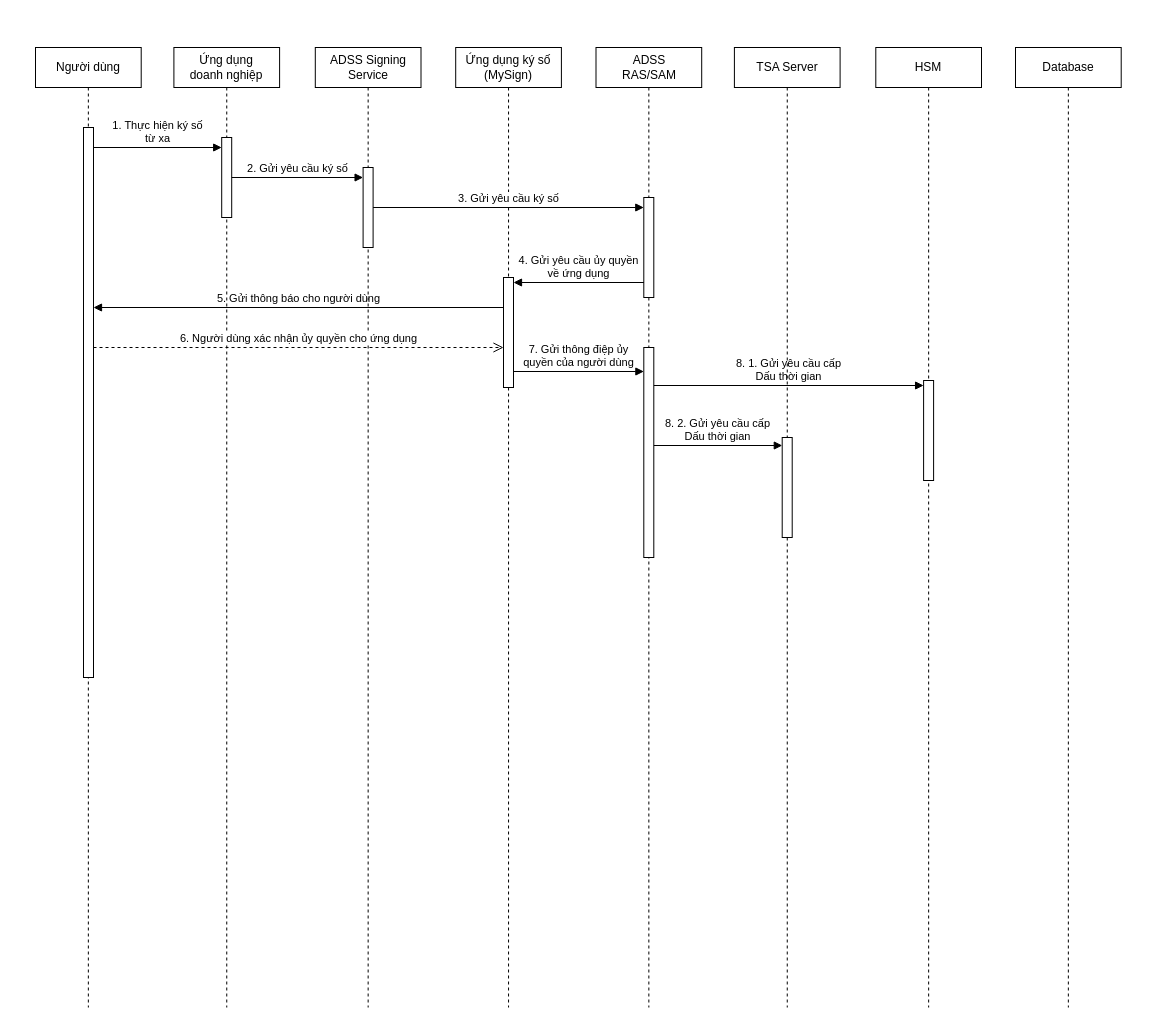
Earlier version of the draw.io diagram Biểu đồ không có tiêu đề.drawio (ddthang2611/TSA-Diagram). Source tidied: cells renumbered, new cells numbered last; positions are measured from the earlier drawing's top-left corner, leaving out a move shared by most shapes. Both pictures are drawn from the tidied source at 100%, with x=0, y=0 at pixel (35, 47).
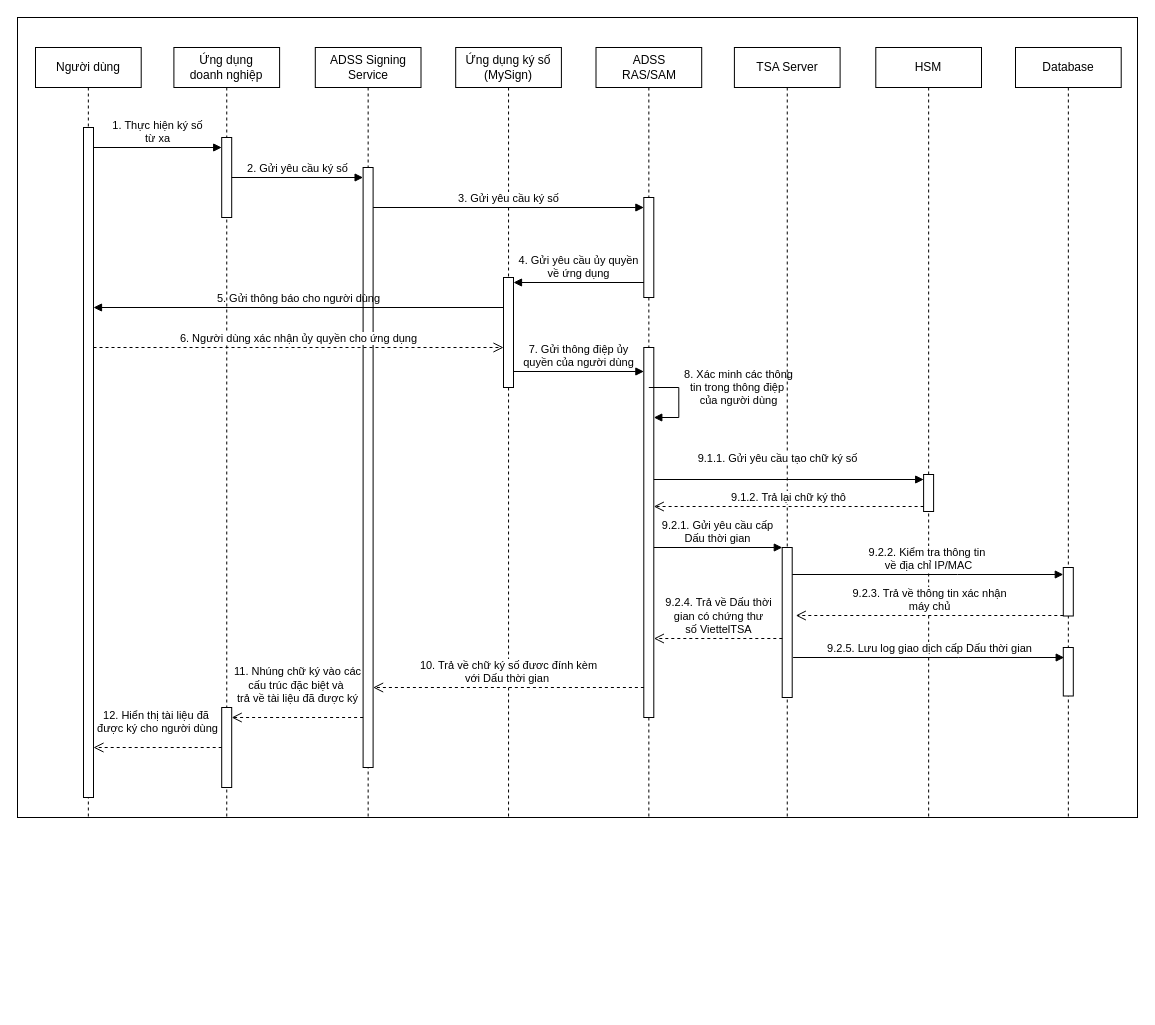
Above is the later version.

Commit message (it also covers changes not shown here):
Cập nhật Biểu đồ không có tiêu đề.drawio

Unchanged cells that the change refers to:
```xml
<mxCell id="11" style="html=1;points=[[0,0,0,0,5],[0,1,0,0,-5],[1,0,0,0,5],[1,1,0,0,-5]];perimeter=orthogonalPerimeter;outlineConnect=0;targetShapes=umlLifeline;portConstraint=eastwest;newEdgeStyle={&quot;curved&quot;:0,&quot;rounded&quot;:0};" parent="10" vertex="1">
  <mxGeometry x="47.8" y="150" width="10" height="100" as="geometry" />
</mxCell>
```

Change to the diagram source:
```diff
@@
+    <mxCell id="27" style="rounded=0;whiteSpace=wrap;html=1;" parent="1" vertex="1">
+      <mxGeometry x="-18" y="-30" width="1120" height="800" as="geometry" />
+    </mxCell>
     <mxCell id="2" value="Người dùng" style="shape=umlLifeline;perimeter=lifelinePerimeter;whiteSpace=wrap;html=1;newEdgeStyle={&quot;edgeStyle&quot;:&quot;elbowEdgeStyle&quot;,&quot;elbow&quot;:&quot;vertical&quot;,&quot;curved&quot;:0,&quot;rounded&quot;:0};" parent="1" vertex="1">
-      <mxGeometry width="105.7" height="960" as="geometry" />
+      <mxGeometry width="105.7" height="770" as="geometry" />
     </mxCell>
     <mxCell id="3" style="html=1;points=[[0,0,0,0,5],[0,1,0,0,-5],[1,0,0,0,5],[1,1,0,0,-5]];perimeter=orthogonalPerimeter;outlineConnect=0;targetShapes=umlLifeline;portConstraint=eastwest;newEdgeStyle={&quot;curved&quot;:0,&quot;rounded&quot;:0};" parent="2" vertex="1">
-      <mxGeometry x="48" y="80" width="10" height="550" as="geometry" />
+      <mxGeometry x="48" y="80" width="10" height="670" as="geometry" />
     </mxCell>
     <mxCell id="4" value="Ứng dụng &lt;br&gt;doanh nghiệp" style="shape=umlLifeline;perimeter=lifelinePerimeter;whiteSpace=wrap;html=1;newEdgeStyle={&quot;edgeStyle&quot;:&quot;elbowEdgeStyle&quot;,&quot;elbow&quot;:&quot;vertical&quot;,&quot;curved&quot;:0,&quot;rounded&quot;:0};" parent="1" vertex="1">
-      <mxGeometry x="138.4" width="105.7" height="960" as="geometry" />
+      <mxGeometry x="138.4" width="105.7" height="770" as="geometry" />
     </mxCell>
@@
+    <mxCell id="28" style="html=1;points=[[0,0,0,0,5],[0,1,0,0,-5],[1,0,0,0,5],[1,1,0,0,-5]];perimeter=orthogonalPerimeter;outlineConnect=0;targetShapes=umlLifeline;portConstraint=eastwest;newEdgeStyle={&quot;curved&quot;:0,&quot;rounded&quot;:0};" parent="4" vertex="1">
+      <mxGeometry x="47.8" y="660" width="10" height="80" as="geometry" />
+    </mxCell>
     <mxCell id="6" value="ADSS Signing&lt;br&gt;Service" style="shape=umlLifeline;perimeter=lifelinePerimeter;whiteSpace=wrap;html=1;newEdgeStyle={&quot;edgeStyle&quot;:&quot;elbowEdgeStyle&quot;,&quot;elbow&quot;:&quot;vertical&quot;,&quot;curved&quot;:0,&quot;rounded&quot;:0};" parent="1" vertex="1">
-      <mxGeometry x="279.8" width="105.7" height="960" as="geometry" />
+      <mxGeometry x="279.8" width="105.7" height="770" as="geometry" />
     </mxCell>
     <mxCell id="7" style="html=1;points=[[0,0,0,0,5],[0,1,0,0,-5],[1,0,0,0,5],[1,1,0,0,-5]];perimeter=orthogonalPerimeter;outlineConnect=0;targetShapes=umlLifeline;portConstraint=eastwest;newEdgeStyle={&quot;curved&quot;:0,&quot;rounded&quot;:0};" parent="6" vertex="1">
-      <mxGeometry x="47.8" y="120" width="10" height="80" as="geometry" />
+      <mxGeometry x="47.8" y="120" width="10" height="600" as="geometry" />
     </mxCell>
     <mxCell id="8" value="Ứng dụng ký số&lt;br&gt;(MySign)" style="shape=umlLifeline;perimeter=lifelinePerimeter;whiteSpace=wrap;html=1;newEdgeStyle={&quot;edgeStyle&quot;:&quot;elbowEdgeStyle&quot;,&quot;elbow&quot;:&quot;vertical&quot;,&quot;curved&quot;:0,&quot;rounded&quot;:0};" parent="1" vertex="1">
-      <mxGeometry x="420.2" width="105.7" height="960" as="geometry" />
+      <mxGeometry x="420.2" width="105.7" height="770" as="geometry" />
     </mxCell>
@@
     <mxCell id="10" value="ADSS&lt;br&gt;RAS/SAM" style="shape=umlLifeline;perimeter=lifelinePerimeter;whiteSpace=wrap;html=1;newEdgeStyle={&quot;edgeStyle&quot;:&quot;elbowEdgeStyle&quot;,&quot;elbow&quot;:&quot;vertical&quot;,&quot;curved&quot;:0,&quot;rounded&quot;:0};" parent="1" vertex="1">
-      <mxGeometry x="560.5" width="105.7" height="960" as="geometry" />
+      <mxGeometry x="560.5" width="105.7" height="770" as="geometry" />
     </mxCell>
@@
     <mxCell id="12" style="html=1;points=[[0,0,0,0,5],[0,1,0,0,-5],[1,0,0,0,5],[1,1,0,0,-5]];perimeter=orthogonalPerimeter;outlineConnect=0;targetShapes=umlLifeline;portConstraint=eastwest;newEdgeStyle={&quot;curved&quot;:0,&quot;rounded&quot;:0};" parent="10" vertex="1">
-      <mxGeometry x="47.8" y="300" width="10" height="210" as="geometry" />
+      <mxGeometry x="47.8" y="300" width="10" height="370" as="geometry" />
     </mxCell>
+    <mxCell id="29" value="8. Xác minh các thông&lt;br&gt;tin trong thông điệp&amp;nbsp;&lt;br&gt;&lt;div style=&quot;&quot;&gt;của người dùng&lt;/div&gt;" style="html=1;align=center;spacingLeft=2;endArrow=block;rounded=0;edgeStyle=orthogonalEdgeStyle;curved=0;rounded=0;labelBackgroundColor=default;" parent="10" edge="1">
+      <mxGeometry x="-0.29" y="59" relative="1" as="geometry">
+        <mxPoint x="52.8" y="340" as="sourcePoint" />
+        <mxPoint x="57.8" y="370" as="targetPoint" />
+        <Array as="points">
+          <mxPoint x="82.8" y="370" />
+        </Array>
+      </mxGeometry>
+    </mxCell>
     <mxCell id="13" value="TSA Server" style="shape=umlLifeline;perimeter=lifelinePerimeter;whiteSpace=wrap;html=1;newEdgeStyle={&quot;edgeStyle&quot;:&quot;elbowEdgeStyle&quot;,&quot;elbow&quot;:&quot;vertical&quot;,&quot;curved&quot;:0,&quot;rounded&quot;:0};" parent="1" vertex="1">
-      <mxGeometry x="698.9" width="105.7" height="960" as="geometry" />
+      <mxGeometry x="698.9" width="105.7" height="770" as="geometry" />
     </mxCell>
     <mxCell id="14" style="html=1;perimeter=orthogonalPerimeter;targetShapes=umlLifeline;newEdgeStyle={&quot;curved&quot;:0,&quot;rounded&quot;:0};" parent="13" vertex="1">
-      <mxGeometry x="47.8" y="390" width="10" height="100" as="geometry" />
+      <mxGeometry x="47.8" y="500" width="10" height="150" as="geometry" />
     </mxCell>
     <mxCell id="15" value="HSM" style="shape=umlLifeline;perimeter=lifelinePerimeter;whiteSpace=wrap;html=1;newEdgeStyle={&quot;edgeStyle&quot;:&quot;elbowEdgeStyle&quot;,&quot;elbow&quot;:&quot;vertical&quot;,&quot;curved&quot;:0,&quot;rounded&quot;:0};" parent="1" vertex="1">
-      <mxGeometry x="840.3" width="105.7" height="960" as="geometry" />
+      <mxGeometry x="840.3" width="105.7" height="770" as="geometry" />
     </mxCell>
     <mxCell id="16" style="html=1;points=[[0,0,0,0,5],[0,1,0,0,-5],[1,0,0,0,5],[1,1,0,0,-5]];perimeter=orthogonalPerimeter;outlineConnect=0;targetShapes=umlLifeline;portConstraint=eastwest;newEdgeStyle={&quot;curved&quot;:0,&quot;rounded&quot;:0};" parent="15" vertex="1">
-      <mxGeometry x="47.8" y="333" width="10" height="100" as="geometry" />
+      <mxGeometry x="47.8" y="427" width="10" height="37" as="geometry" />
     </mxCell>
     <mxCell id="17" value="Database" style="shape=umlLifeline;perimeter=lifelinePerimeter;whiteSpace=wrap;html=1;newEdgeStyle={&quot;edgeStyle&quot;:&quot;elbowEdgeStyle&quot;,&quot;elbow&quot;:&quot;vertical&quot;,&quot;curved&quot;:0,&quot;rounded&quot;:0};" parent="1" vertex="1">
-      <mxGeometry x="980" width="105.7" height="960" as="geometry" />
+      <mxGeometry x="980" width="105.7" height="770" as="geometry" />
     </mxCell>
+    <mxCell id="30" style="html=1;perimeter=orthogonalPerimeter;targetShapes=umlLifeline;newEdgeStyle={&quot;curved&quot;:0,&quot;rounded&quot;:0};" parent="17" vertex="1">
+      <mxGeometry x="47.8" y="520" width="10" height="48.5" as="geometry" />
+    </mxCell>
+    <mxCell id="31" style="html=1;perimeter=orthogonalPerimeter;targetShapes=umlLifeline;newEdgeStyle={&quot;curved&quot;:0,&quot;rounded&quot;:0};" parent="17" vertex="1">
+      <mxGeometry x="47.8" y="600" width="10" height="48.5" as="geometry" />
+    </mxCell>
@@
-    <mxCell id="20" value="3. Gửi yêu cầu ký số" style="html=1;verticalAlign=bottom;endArrow=block;curved=0;rounded=0;" parent="1" edge="1" source="7" target="11">
-      <mxGeometry relative="1" as="geometry" />
+    <mxCell id="20" value="3. Gửi yêu cầu ký số" style="html=1;verticalAlign=bottom;endArrow=block;curved=0;rounded=0;" parent="1" edge="1">
+      <mxGeometry relative="1" as="geometry">
+        <mxPoint x="337.6" y="160" as="sourcePoint" />
+        <mxPoint x="608.4" y="160" as="targetPoint" />
+      </mxGeometry>
     </mxCell>
@@
-    <mxCell id="25" value="8. 2. Gửi yêu cầu cấp&lt;br&gt;Dấu thời gian" style="html=1;verticalAlign=bottom;endArrow=block;curved=0;rounded=0;labelBackgroundColor=none;" parent="1" edge="1">
+    <mxCell id="25" value="9.2.1. Gửi yêu cầu cấp&lt;br&gt;Dấu thời gian" style="html=1;verticalAlign=bottom;endArrow=block;curved=0;rounded=0;labelBackgroundColor=none;" parent="1" edge="1">
       <mxGeometry relative="1" as="geometry">
-        <mxPoint x="618.4" y="398" as="sourcePoint" />
-        <mxPoint x="746.8" y="398" as="targetPoint" />
+        <mxPoint x="618.4" y="500" as="sourcePoint" />
+        <mxPoint x="746.8" y="500" as="targetPoint" />
       </mxGeometry>
     </mxCell>
-    <mxCell id="26" value="8. 1. Gửi yêu cầu cấp&lt;br&gt;Dấu thời gian" style="html=1;verticalAlign=bottom;endArrow=block;curved=0;rounded=0;labelBackgroundColor=none;entryX=0;entryY=0;entryDx=0;entryDy=5;entryPerimeter=0;" parent="1" edge="1" target="16">
-      <mxGeometry relative="1" as="geometry">
-        <mxPoint x="618.4" y="338" as="sourcePoint" />
+    <mxCell id="26" value="9.1.1. Gửi yêu cầu tạo chữ ký số" style="html=1;verticalAlign=bottom;endArrow=block;curved=0;rounded=0;labelBackgroundColor=default;entryX=0;entryY=0;entryDx=0;entryDy=5;entryPerimeter=0;" parent="1" edge="1">
+      <mxGeometry x="-0.08" y="12" relative="1" as="geometry">
+        <mxPoint x="618.4" y="432" as="sourcePoint" />
+        <mxPoint x="888.2" y="432" as="targetPoint" />
       </mxGeometry>
     </mxCell>
+    <mxCell id="32" value="9.1.2. Trả lại chữ ký thô" style="html=1;verticalAlign=bottom;endArrow=open;dashed=1;endSize=8;curved=0;rounded=0;exitX=0;exitY=1;exitDx=0;exitDy=-5;exitPerimeter=0;" parent="1" edge="1" source="16" target="12">
+      <mxGeometry relative="1" as="geometry" />
+    </mxCell>
+    <mxCell id="33" value="9.2.2. Kiểm tra thông tin&amp;nbsp;&lt;br&gt;về địa chỉ IP/MAC" style="html=1;verticalAlign=bottom;endArrow=block;curved=0;rounded=0;labelBackgroundColor=default;" parent="1" edge="1">
+      <mxGeometry relative="1" as="geometry">
+        <mxPoint x="756.8" y="527" as="sourcePoint" />
+        <mxPoint x="1027.8" y="527" as="targetPoint" />
+        <Array as="points">
+          <mxPoint x="922" y="527" />
+        </Array>
+      </mxGeometry>
+    </mxCell>
+    <mxCell id="34" value="9.2.3. Trả về thông tin xác nhận&lt;br&gt;máy chủ" style="html=1;verticalAlign=bottom;endArrow=open;dashed=1;endSize=8;curved=0;rounded=0;" parent="1" edge="1">
+      <mxGeometry relative="1" as="geometry">
+        <mxPoint x="1027.8" y="568" as="sourcePoint" />
+        <mxPoint x="760.3" y="568" as="targetPoint" />
+      </mxGeometry>
+    </mxCell>
+    <mxCell id="35" value="9.2.4. Trả về Dấu thời &lt;br&gt;gian có chứng thư &lt;br&gt;số ViettelTSA" style="html=1;verticalAlign=bottom;endArrow=open;dashed=1;endSize=8;curved=0;rounded=0;" parent="1" edge="1">
+      <mxGeometry relative="1" as="geometry">
+        <mxPoint x="746.8" y="591" as="sourcePoint" />
+        <mxPoint x="618.4" y="591" as="targetPoint" />
+      </mxGeometry>
+    </mxCell>
+    <mxCell id="36" value="10. Trả về chữ ký số đươc đính kèm&lt;br&gt;với Dấu thời gian&amp;nbsp;" style="html=1;verticalAlign=bottom;endArrow=open;dashed=1;endSize=8;curved=0;rounded=0;" parent="1" edge="1">
+      <mxGeometry relative="1" as="geometry">
+        <mxPoint x="608.4" y="640" as="sourcePoint" />
+        <mxPoint x="337.6" y="640" as="targetPoint" />
+      </mxGeometry>
+    </mxCell>
+    <mxCell id="37" value="11. Nhúng chữ ký vào các&lt;br&gt;cấu trúc đặc biệt và&amp;nbsp;&lt;br&gt;trả về tài liệu đã được ký" style="html=1;verticalAlign=bottom;endArrow=open;dashed=1;endSize=8;curved=0;rounded=0;labelBackgroundColor=none;" parent="1" edge="1">
+      <mxGeometry y="-10" relative="1" as="geometry">
+        <mxPoint x="327.6" y="670" as="sourcePoint" />
+        <mxPoint x="196.2" y="670" as="targetPoint" />
+      </mxGeometry>
+    </mxCell>
+    <mxCell id="38" value="12. Hiển thị tài liệu đã&amp;nbsp;&lt;br&gt;được ký cho người dùng" style="html=1;verticalAlign=bottom;endArrow=open;dashed=1;endSize=8;curved=0;rounded=0;labelBackgroundColor=none;" parent="1" edge="1" source="28" target="3">
+      <mxGeometry y="-10" relative="1" as="geometry" />
+    </mxCell>
+    <mxCell id="39" value="9.2.5. Lưu log giao dịch cấp Dấu thời gian" style="html=1;verticalAlign=bottom;endArrow=block;curved=0;rounded=0;labelBackgroundColor=default;" parent="1" edge="1">
+      <mxGeometry relative="1" as="geometry">
+        <mxPoint x="757.6" y="610" as="sourcePoint" />
+        <mxPoint x="1028.7" y="610" as="targetPoint" />
+        <Array as="points">
+          <mxPoint x="922.9" y="610" />
+        </Array>
+      </mxGeometry>
+    </mxCell>
```
